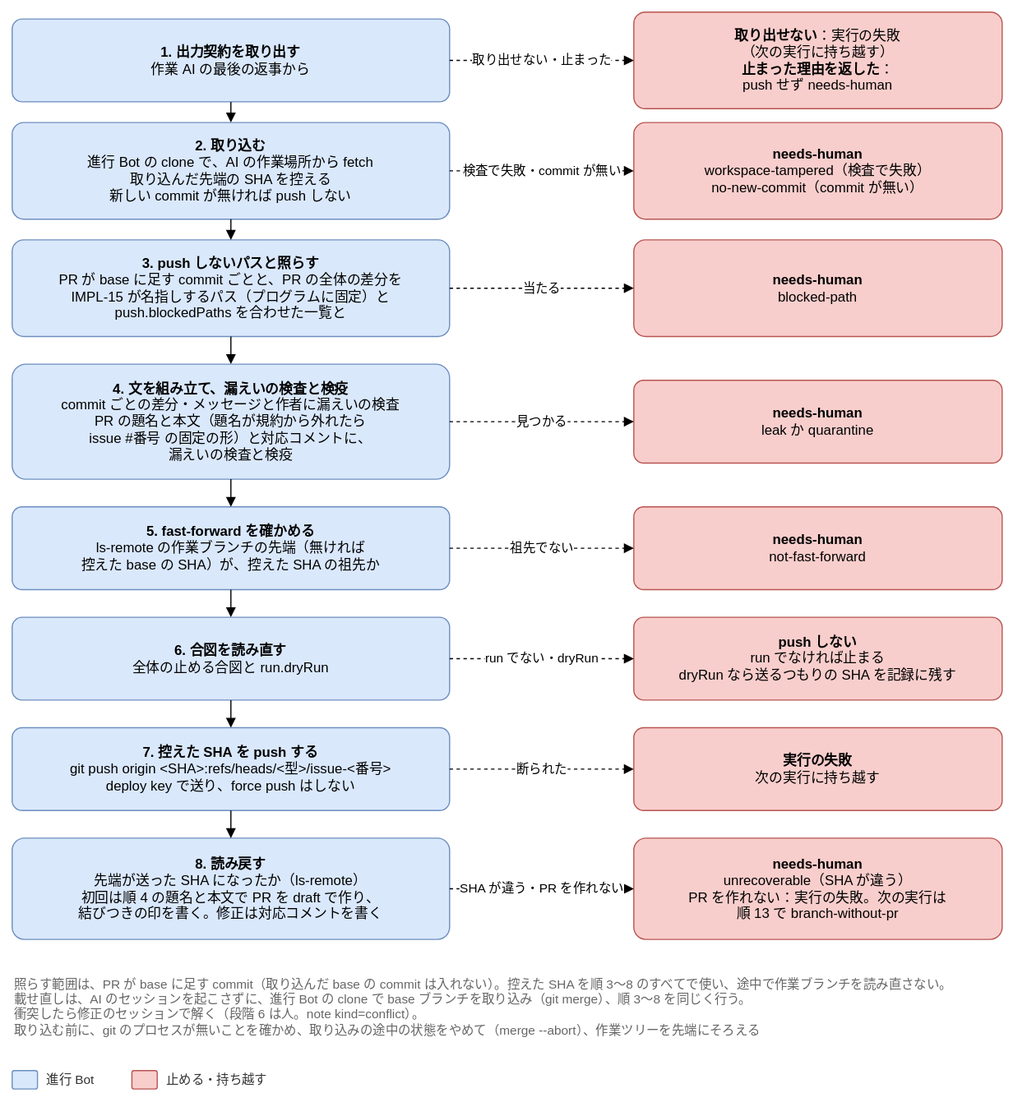
Earlier version of the draw.io export docs/design/basic/diagrams/02-push.drawio.svg (Joymerrevent/dev-autopilot). Source tidied: cells renumbered, new cells last; positions are measured from the earlier drawing's top-left corner, leaving out a move shared by most shapes.
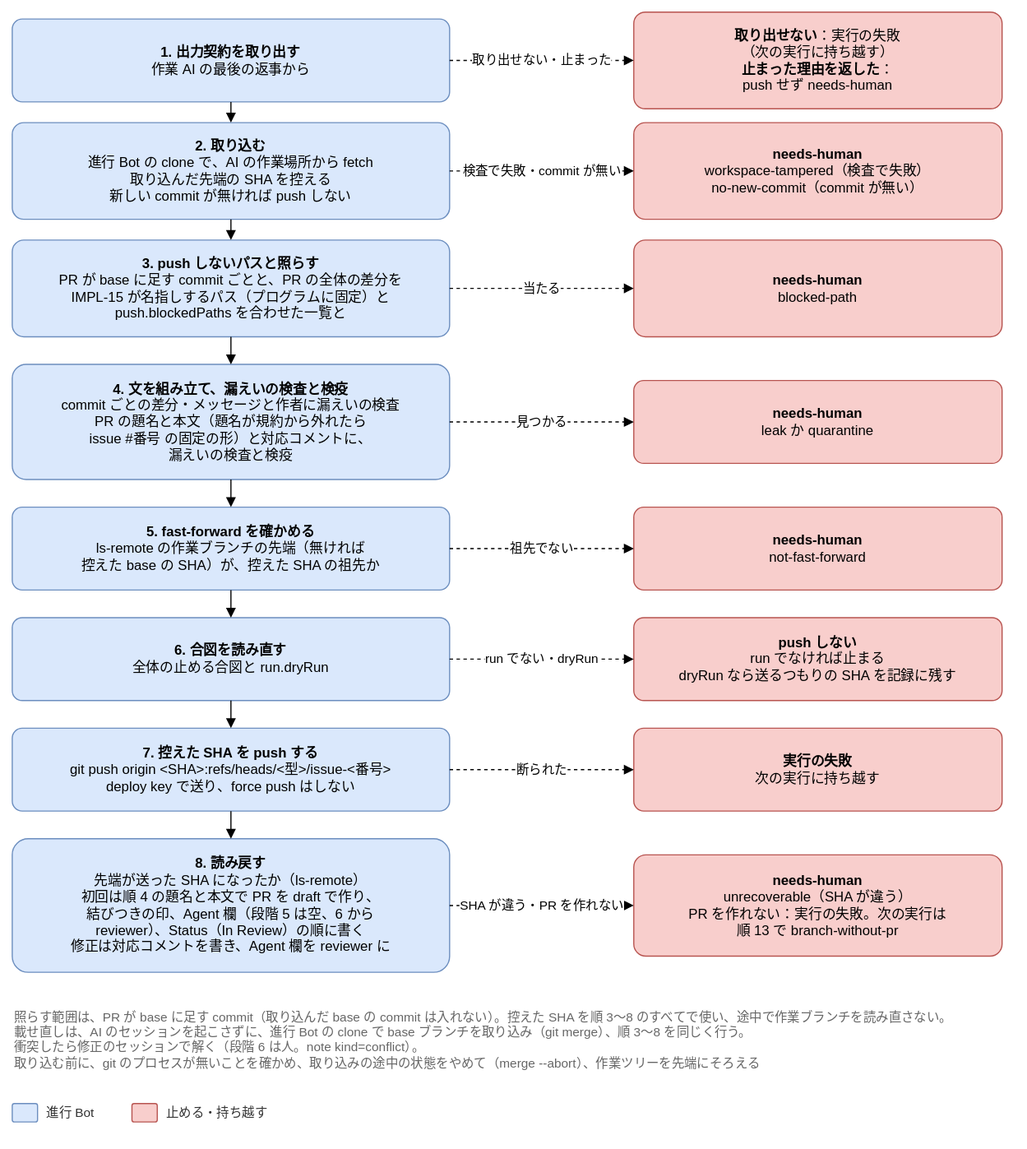
Later version of the same file.

Change to the diagram source:
```diff
@@ -83,11 +83,11 @@
     <mxCell id="28" style="edgeStyle=orthogonalEdgeStyle;rounded=1;html=1;endArrow=block;endFill=1;fontSize=11;labelBackgroundColor=#ffffff;exitX=0.5;exitY=1;exitDx=0;exitDy=0;entryX=0.5;entryY=0;entryDx=0;entryDy=0;" parent="1" edge="1" source="21" target="25">
       <mxGeometry relative="1" as="geometry" />
     </mxCell>
-    <mxCell id="29" value="&lt;b&gt;8. 読み戻す&lt;/b&gt;&lt;br&gt;先端が送った SHA になったか（ls-remote）&lt;br&gt;初回は順 4 の題名と本文で PR を draft で作り、&lt;br&gt;結びつきの印を書く。修正は対応コメントを書く" style="rounded=1;whiteSpace=wrap;html=1;fontSize=12;arcSize=12;spacing=12;fillColor=#dae8fc;strokeColor=#6c8ebf;" parent="1" vertex="1">
-      <mxGeometry y="718" width="380" height="88" as="geometry" />
+    <mxCell id="29" value="&lt;b&gt;8. 読み戻す&lt;/b&gt;&lt;br&gt;先端が送った SHA になったか（ls-remote）&lt;br&gt;初回は順 4 の題名と本文で PR を draft で作り、&lt;br&gt;結びつきの印、Agent 欄（段階 5 は空、6 から&lt;br&gt;reviewer）、Status（In Review）の順に書く&lt;br&gt;修正は対応コメントを書き、Agent 欄を reviewer に" style="rounded=1;whiteSpace=wrap;html=1;fontSize=12;arcSize=12;spacing=12;fillColor=#dae8fc;strokeColor=#6c8ebf;" parent="1" vertex="1">
+      <mxGeometry y="718" width="380" height="116" as="geometry" />
     </mxCell>
     <mxCell id="30" value="&lt;b&gt;needs-human&lt;/b&gt;&lt;br&gt;unrecoverable（SHA が違う）&lt;br&gt;PR を作れない：実行の失敗。次の実行は&lt;br&gt;順 13 で branch-without-pr" style="rounded=1;whiteSpace=wrap;html=1;fontSize=12;arcSize=12;spacing=12;fillColor=#f8cecc;strokeColor=#b85450;" parent="1" vertex="1">
-      <mxGeometry x="540" y="718" width="320" height="88" as="geometry" />
+      <mxGeometry x="540" y="732" width="320" height="88" as="geometry" />
     </mxCell>
     <mxCell id="31" value="SHA が違う・PR を作れない" style="edgeStyle=orthogonalEdgeStyle;rounded=1;html=1;endArrow=block;endFill=1;fontSize=11;labelBackgroundColor=#ffffff;dashed=1;exitX=1;exitY=0.5;exitDx=0;exitDy=0;entryX=0;entryY=0.5;entryDx=0;entryDy=0;" parent="1" edge="1" source="29" target="30">
       <mxGeometry relative="1" as="geometry" />
@@ -96,19 +96,19 @@
       <mxGeometry relative="1" as="geometry" />
     </mxCell>
     <mxCell id="33" value="照らす範囲は、PR が base に足す commit（取り込んだ base の commit は入れない）。控えた SHA を順 3〜8 のすべてで使い、途中で作業ブランチを読み直さない。&lt;br&gt;載せ直しは、AI のセッションを起こさずに、進行 Bot の clone で base ブランチを取り込み（git merge）、順 3〜8 を同じく行う。&lt;br&gt;衝突したら修正のセッションで解く（段階 6 は人。note kind=conflict）。&lt;br&gt;取り込む前に、git のプロセスが無いことを確かめ、取り込みの途中の状態をやめて（merge --abort）、作業ツリーを先端にそろえる" style="text;html=1;whiteSpace=wrap;align=left;verticalAlign=top;fontSize=11;fontColor=#666666;" parent="1" vertex="1">
-      <mxGeometry y="832" width="860" height="70" as="geometry" />
+      <mxGeometry y="860" width="860" height="70" as="geometry" />
     </mxCell>
     <mxCell id="34" style="rounded=1;whiteSpace=wrap;html=1;fontSize=12;arcSize=12;spacing=12;fillColor=#dae8fc;strokeColor=#6c8ebf;" parent="1" vertex="1">
-      <mxGeometry y="920" width="22" height="16" as="geometry" />
+      <mxGeometry y="948" width="22" height="16" as="geometry" />
     </mxCell>
     <mxCell id="35" value="進行 Bot" style="text;html=1;align=left;verticalAlign=middle;fontSize=11;fontColor=#333333;" parent="1" vertex="1">
-      <mxGeometry x="28" y="918" width="60" height="20" as="geometry" />
+      <mxGeometry x="28" y="946" width="60" height="20" as="geometry" />
     </mxCell>
     <mxCell id="36" style="rounded=1;whiteSpace=wrap;html=1;fontSize=12;arcSize=12;spacing=12;fillColor=#f8cecc;strokeColor=#b85450;" parent="1" vertex="1">
-      <mxGeometry x="104" y="920" width="22" height="16" as="geometry" />
+      <mxGeometry x="104" y="948" width="22" height="16" as="geometry" />
     </mxCell>
     <mxCell id="37" value="止める・持ち越す" style="text;html=1;align=left;verticalAlign=middle;fontSize=11;fontColor=#333333;" parent="1" vertex="1">
-      <mxGeometry x="132" y="918" width="106" height="20" as="geometry" />
+      <mxGeometry x="132" y="946" width="106" height="20" as="geometry" />
     </mxCell>
   </root>
 </mxGraphModel>
```
